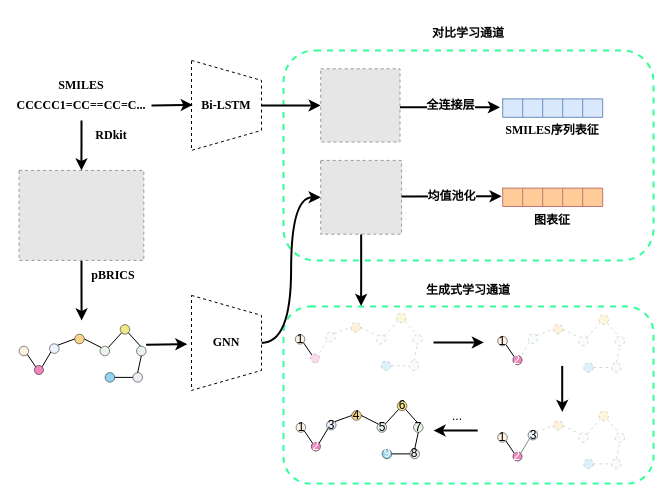
Before: 未命名绘图2.drawio in cuidi1/Molecules_Dataset_Collection, a draw.io diagram. Source tidied: cells renumbered, new cells numbered last; positions are measured from the earlier drawing's top-left corner, leaving out a move shared by most shapes. Both pictures are drawn from the tidied source at 100%, with x=0, y=0 at pixel (19, 17). Pictures stored in the file or linked from it are replaced by grey dashed boxes.
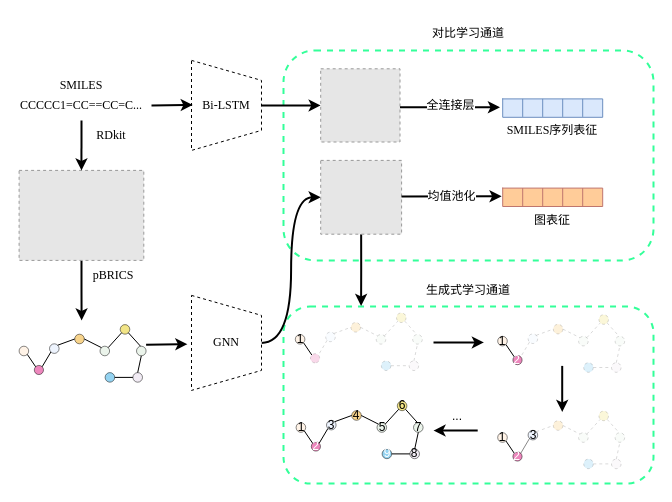
After the change.

Commit message (it also covers changes not shown here):
更新未命名绘图2.drawio

The change refers to these unchanged cells:
```xml
<mxCell id="19" style="endArrow=classic;html=1;rounded=0;strokeWidth=2;" parent="1" edge="1">
  <mxGeometry relative="1" as="geometry">
    <mxPoint x="380.5" y="89.8" as="sourcePoint" />
    <mxPoint x="480.5" y="89.8" as="targetPoint" />
  </mxGeometry>
</mxCell>
<mxCell id="21" style="endArrow=classic;html=1;rounded=0;strokeWidth=2;" parent="1" edge="1">
  <mxGeometry relative="1" as="geometry">
    <mxPoint x="382" y="179" as="sourcePoint" />
    <mxPoint x="482.1" y="178.8" as="targetPoint" />
  </mxGeometry>
</mxCell>
```

Diff of the diagram source:
```diff
@@
-    <mxCell id="7" value="&lt;font face=&quot;Times New Roman&quot;&gt;&lt;b&gt;CCCCC1=CC==CC=C...&lt;/b&gt;&lt;/font&gt;" style="text;html=1;strokeColor=none;fillColor=none;align=center;verticalAlign=middle;whiteSpace=wrap;rounded=0;" parent="1" vertex="1">
+    <mxCell id="7" value="&lt;font face=&quot;Times New Roman&quot;&gt;CCCCC1=CC==CC=C...&lt;/font&gt;" style="text;html=1;strokeColor=none;fillColor=none;align=center;verticalAlign=middle;whiteSpace=wrap;rounded=0;" parent="1" vertex="1">
       <mxGeometry x="32" y="72.9" width="60" height="30" as="geometry" />
     </mxCell>
-    <mxCell id="8" value="&lt;font style=&quot;font-size: 12px;&quot; face=&quot;Times New Roman&quot;&gt;&lt;b style=&quot;&quot;&gt;SMILES&lt;/b&gt;&lt;/font&gt;" style="text;html=1;strokeColor=none;fillColor=none;align=center;verticalAlign=middle;whiteSpace=wrap;rounded=0;" parent="1" vertex="1">
+    <mxCell id="8" value="&lt;font style=&quot;font-size: 12px;&quot; face=&quot;Times New Roman&quot;&gt;SMILES&lt;/font&gt;" style="text;html=1;strokeColor=none;fillColor=none;align=center;verticalAlign=middle;whiteSpace=wrap;rounded=0;" parent="1" vertex="1">
       <mxGeometry x="32" y="52.9" width="60" height="30" as="geometry" />
     </mxCell>
-    <mxCell id="9" value="&lt;b&gt;&lt;font face=&quot;Times New Roman&quot;&gt;RDkit&lt;/font&gt;&lt;/b&gt;" style="text;html=1;strokeColor=none;fillColor=none;align=center;verticalAlign=middle;whiteSpace=wrap;rounded=0;rotation=0;" parent="1" vertex="1">
+    <mxCell id="9" value="&lt;font style=&quot;&quot; face=&quot;Times New Roman&quot;&gt;RDkit&lt;/font&gt;" style="text;html=1;strokeColor=none;fillColor=none;align=center;verticalAlign=middle;whiteSpace=wrap;rounded=0;rotation=0;" parent="1" vertex="1">
       <mxGeometry x="62" y="102.9" width="60" height="30" as="geometry" />
     </mxCell>
-    <mxCell id="10" value="&lt;b&gt;&lt;font face=&quot;Times New Roman&quot;&gt;pBRICS&lt;/font&gt;&lt;/b&gt;" style="text;html=1;strokeColor=none;fillColor=none;align=center;verticalAlign=middle;whiteSpace=wrap;rounded=0;" parent="1" vertex="1">
+    <mxCell id="10" value="&lt;font style=&quot;&quot; face=&quot;Times New Roman&quot;&gt;pBRICS&lt;/font&gt;" style="text;html=1;strokeColor=none;fillColor=none;align=center;verticalAlign=middle;whiteSpace=wrap;rounded=0;" parent="1" vertex="1">
       <mxGeometry x="64.3" y="242.9" width="60" height="30" as="geometry" />
     </mxCell>
@@
-    <mxCell id="12" value="&lt;b&gt;&lt;font face=&quot;Times New Roman&quot;&gt;Bi-LSTM&lt;/font&gt;&lt;/b&gt;" style="shape=trapezoid;perimeter=trapezoidPerimeter;whiteSpace=wrap;html=1;fixedSize=1;direction=south;dashed=1;" parent="1" vertex="1">
+    <mxCell id="12" value="&lt;font style=&quot;&quot; face=&quot;Times New Roman&quot;&gt;Bi-LSTM&lt;/font&gt;" style="shape=trapezoid;perimeter=trapezoidPerimeter;whiteSpace=wrap;html=1;fixedSize=1;direction=south;dashed=1;" parent="1" vertex="1">
       <mxGeometry x="172" y="42.9" width="70" height="90" as="geometry" />
     </mxCell>
@@
-    <mxCell id="14" value="&lt;b&gt;&lt;font face=&quot;Times New Roman&quot;&gt;GNN&lt;/font&gt;&lt;/b&gt;" style="shape=trapezoid;perimeter=trapezoidPerimeter;whiteSpace=wrap;html=1;fixedSize=1;direction=south;dashed=1;" parent="1" vertex="1">
+    <mxCell id="14" value="&lt;font style=&quot;&quot; face=&quot;Times New Roman&quot;&gt;GNN&lt;/font&gt;" style="shape=trapezoid;perimeter=trapezoidPerimeter;whiteSpace=wrap;html=1;fixedSize=1;direction=south;dashed=1;" parent="1" vertex="1">
       <mxGeometry x="172" y="277.9" width="70" height="95" as="geometry" />
     </mxCell>
@@
-    <mxCell id="20" value="&lt;b&gt;&lt;font style=&quot;font-size: 12px;&quot; face=&quot;宋体&quot;&gt;全连接层&lt;/font&gt;&lt;/b&gt;" style="edgeLabel;html=1;align=center;verticalAlign=middle;" parent="19" vertex="1">
+    <mxCell id="20" value="&lt;font style=&quot;font-size: 12px;&quot; face=&quot;宋体&quot;&gt;全连接层&lt;/font&gt;" style="edgeLabel;html=1;align=center;verticalAlign=middle;" parent="19" vertex="1">
       <mxGeometry relative="1" as="geometry">
         <mxPoint y="-2" as="offset" />
       </mxGeometry>
     </mxCell>
@@
-    <mxCell id="22" value="&lt;font style=&quot;font-size: 12px;&quot; face=&quot;宋体&quot;&gt;&lt;b&gt;均值池化&lt;/b&gt;&lt;/font&gt;" style="edgeLabel;html=1;align=center;verticalAlign=middle;" parent="21" vertex="1">
+    <mxCell id="22" value="&lt;font style=&quot;font-size: 12px;&quot; face=&quot;宋体&quot;&gt;均值池化&lt;/font&gt;" style="edgeLabel;html=1;align=center;verticalAlign=middle;" parent="21" vertex="1">
       <mxGeometry relative="1" as="geometry" />
     </mxCell>
@@
-    <mxCell id="30" value="&lt;b&gt;&lt;font face=&quot;Times New Roman&quot;&gt;SMILES&lt;/font&gt;&lt;font face=&quot;宋体&quot;&gt;序列表征&lt;/font&gt;&lt;/b&gt;" style="text;html=1;strokeColor=none;fillColor=none;align=center;verticalAlign=middle;whiteSpace=wrap;rounded=0;" parent="1" vertex="1">
+    <mxCell id="30" value="&lt;font style=&quot;&quot; face=&quot;Times New Roman&quot;&gt;SMILES&lt;/font&gt;&lt;font style=&quot;&quot; face=&quot;宋体&quot;&gt;序列表征&lt;/font&gt;" style="text;html=1;strokeColor=none;fillColor=none;align=center;verticalAlign=middle;whiteSpace=wrap;rounded=0;" parent="1" vertex="1">
       <mxGeometry x="478.2" y="99.4" width="110" height="26.8" as="geometry" />
     </mxCell>
@@
-    <mxCell id="38" value="&lt;b&gt;&lt;font face=&quot;宋体&quot;&gt;图表征&lt;/font&gt;&lt;/b&gt;" style="text;html=1;strokeColor=none;fillColor=none;align=center;verticalAlign=middle;whiteSpace=wrap;rounded=0;" parent="1" vertex="1">
+    <mxCell id="38" value="&lt;font style=&quot;&quot; face=&quot;宋体&quot;&gt;图表征&lt;/font&gt;" style="text;html=1;strokeColor=none;fillColor=none;align=center;verticalAlign=middle;whiteSpace=wrap;rounded=0;" parent="1" vertex="1">
       <mxGeometry x="478.2" y="190" width="110" height="26.8" as="geometry" />
     </mxCell>
-    <mxCell id="39" value="&lt;font face=&quot;宋体&quot; style=&quot;font-size: 12px;&quot;&gt;&lt;b style=&quot;&quot;&gt;对比学习通道&lt;/b&gt;&lt;/font&gt;" style="text;html=1;strokeColor=none;fillColor=none;align=center;verticalAlign=middle;whiteSpace=wrap;rounded=0;" parent="1" vertex="1">
+    <mxCell id="39" value="&lt;font face=&quot;宋体&quot; style=&quot;font-size: 12px;&quot;&gt;对比学习通道&lt;/font&gt;" style="text;html=1;strokeColor=none;fillColor=none;align=center;verticalAlign=middle;whiteSpace=wrap;rounded=0;" parent="1" vertex="1">
       <mxGeometry x="399" y="-0.2" width="100" height="33.1" as="geometry" />
     </mxCell>
@@
-    <mxCell id="140" value="&lt;font face=&quot;宋体&quot; style=&quot;font-size: 12px;&quot;&gt;&lt;b style=&quot;&quot;&gt;生成式学习通道&lt;/b&gt;&lt;/font&gt;" style="text;html=1;strokeColor=none;fillColor=none;align=center;verticalAlign=middle;whiteSpace=wrap;rounded=0;" parent="1" vertex="1">
+    <mxCell id="140" value="&lt;font face=&quot;宋体&quot; style=&quot;font-size: 12px;&quot;&gt;生成式学习通道&lt;/font&gt;" style="text;html=1;strokeColor=none;fillColor=none;align=center;verticalAlign=middle;whiteSpace=wrap;rounded=0;" parent="1" vertex="1">
       <mxGeometry x="399" y="256" width="100" height="33.1" as="geometry" />
     </mxCell>
```
